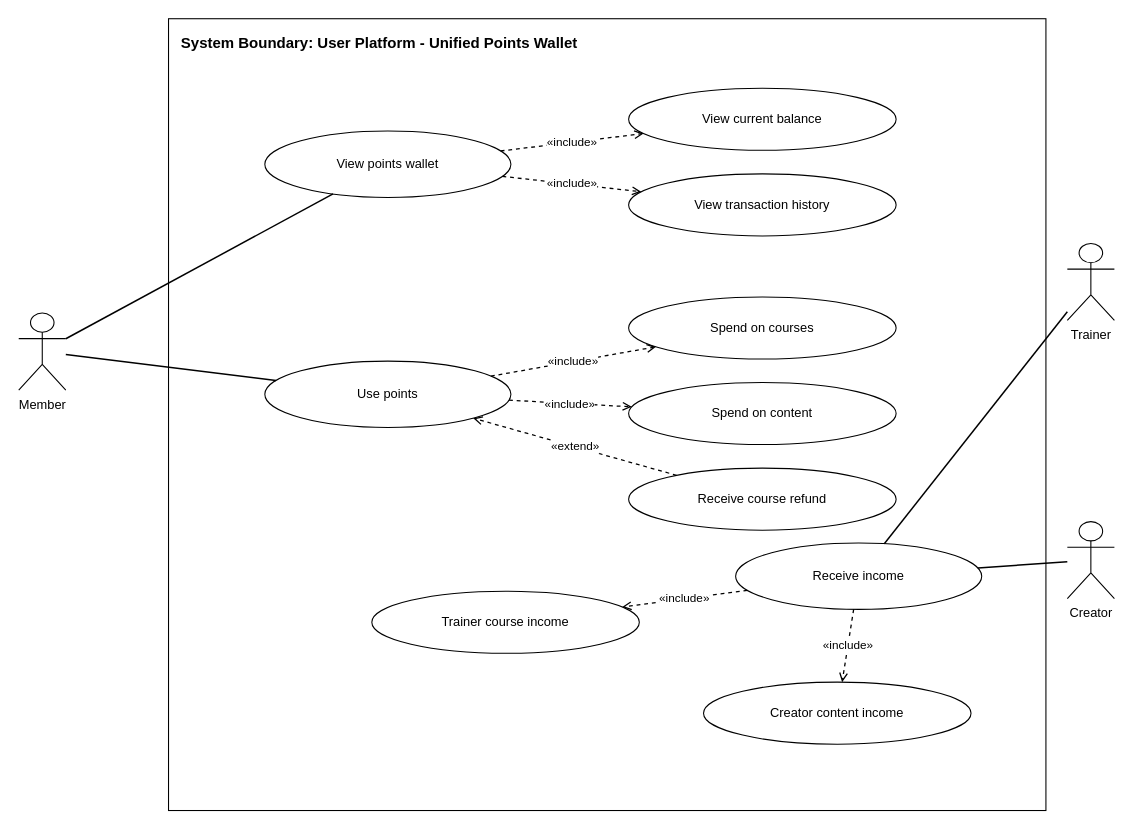
Above: page "UC 18 Unified Points Wallet" (17 of 19) of CoLearnX_19_Use_Case_Diagrams.drawio in ShubertChan/ColearnX-Training-Platform (draw.io), before the change. Source tidied: cells renumbered, new cells numbered last; positions are measured from the earlier drawing's top-left corner, leaving out a move shared by most shapes. Both pictures are drawn from the tidied source at 107%, with x=0, y=0 at pixel (18, 18).
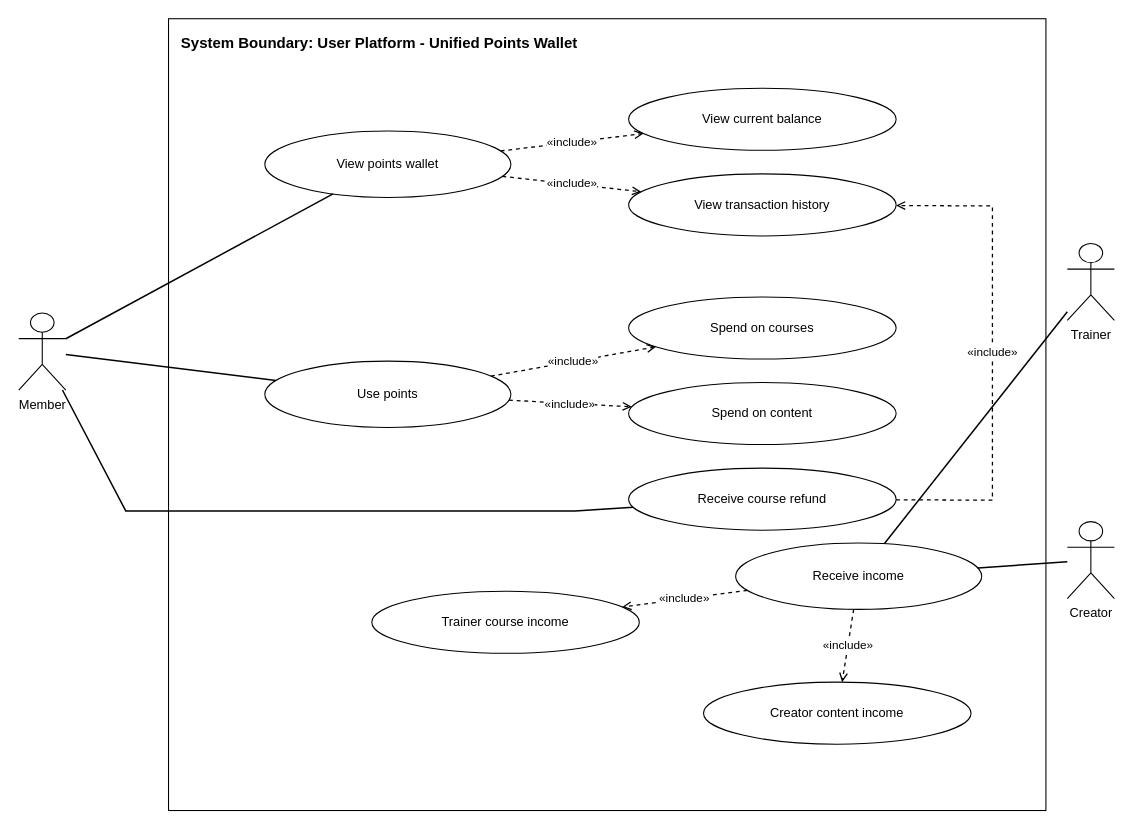
The same page after the edit.

Unchanged cells that the change refers to:
```xml
<mxCell id="3" value="Member" style="shape=umlActor;verticalLabelPosition=bottom;verticalAlign=top;html=1;outlineConnect=0;strokeColor=#000000;fillColor=#ffffff;fontSize=12;" parent="1" vertex="1">
  <mxGeometry y="275" width="44" height="72" as="geometry" />
</mxCell>
<mxCell id="7" value="Use points" style="ellipse;whiteSpace=wrap;html=1;fillColor=#ffffff;strokeColor=#000000;fontSize=12;" parent="1" vertex="1">
  <mxGeometry x="230" y="320" width="230" height="62" as="geometry" />
</mxCell>
<mxCell id="15" value="View transaction history" style="ellipse;whiteSpace=wrap;html=1;fillColor=#ffffff;strokeColor=#000000;fontSize=12;" parent="1" vertex="1">
  <mxGeometry x="570" y="145" width="250" height="58" as="geometry" />
</mxCell>
<mxCell id="21" value="Receive course refund" style="ellipse;whiteSpace=wrap;html=1;fillColor=#ffffff;strokeColor=#000000;fontSize=12;" parent="1" vertex="1">
  <mxGeometry x="570" y="420" width="250" height="58" as="geometry" />
</mxCell>
```

The edit, as a diff of the source:
```diff
@@
-    <mxCell id="22" value="«extend»" style="endArrow=open;endFill=0;dashed=1;html=1;rounded=0;strokeWidth=1.2;" parent="1" edge="1" source="21" target="7">
-      <mxGeometry relative="1" as="geometry" />
-    </mxCell>
@@
+    <mxCell id="27" style="endArrow=none;html=1;rounded=0;strokeWidth=1.4;" parent="1" edge="1" source="3" target="21">
+      <mxGeometry relative="1" as="geometry">
+        <Array as="points">
+          <mxPoint x="100" y="460" />
+          <mxPoint x="520" y="460" />
+        </Array>
+      </mxGeometry>
+    </mxCell>
+    <mxCell id="28" value="«include»" style="endArrow=open;endFill=0;dashed=1;html=1;rounded=0;strokeWidth=1.2;" parent="1" edge="1" source="21" target="15">
+      <mxGeometry relative="1" as="geometry">
+        <Array as="points">
+          <mxPoint x="910" y="450" />
+          <mxPoint x="910" y="175" />
+        </Array>
+      </mxGeometry>
+    </mxCell>
```
